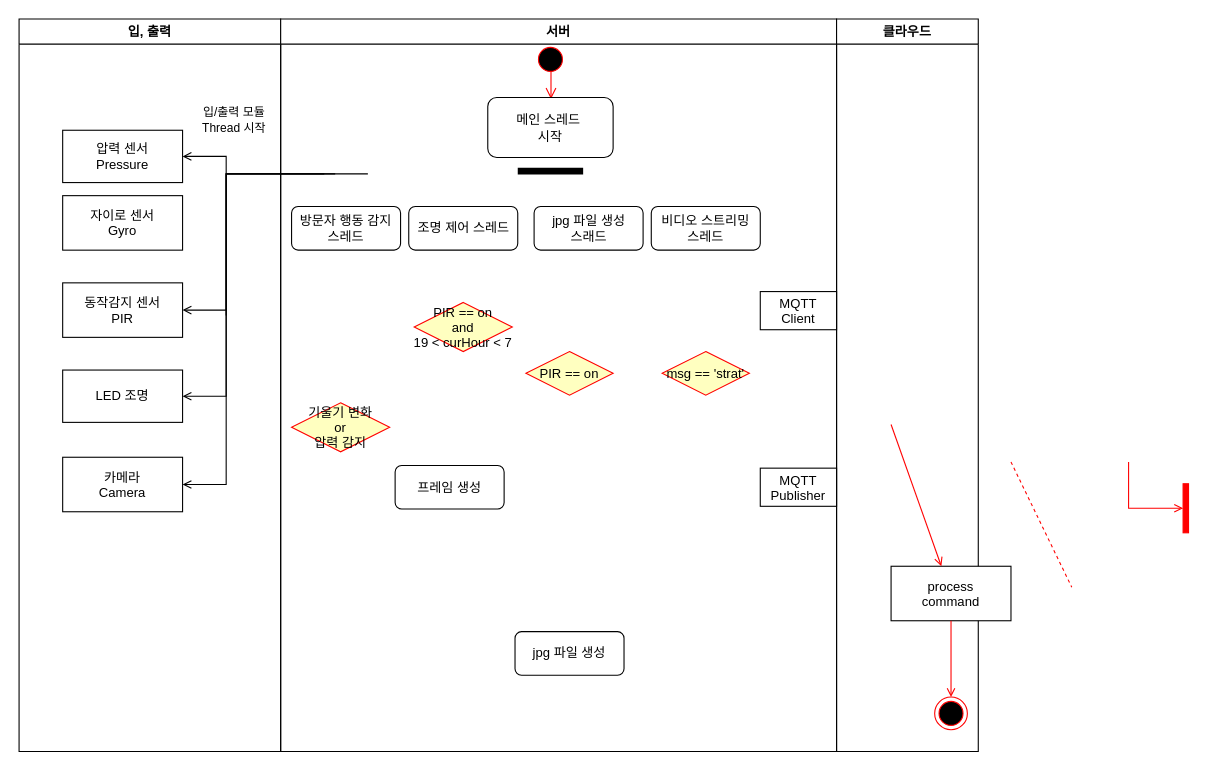
woorim1022/TIL keeps this draw.io diagram as IoT/Untitled Diagram.drawio. Above is the earlier version. Source tidied: cells renumbered, new cells numbered last; positions are measured from the earlier drawing's top-left corner, leaving out a move shared by most shapes. Both pictures are drawn from the tidied source at 109%, with x=0, y=0 at pixel (-90, 19).
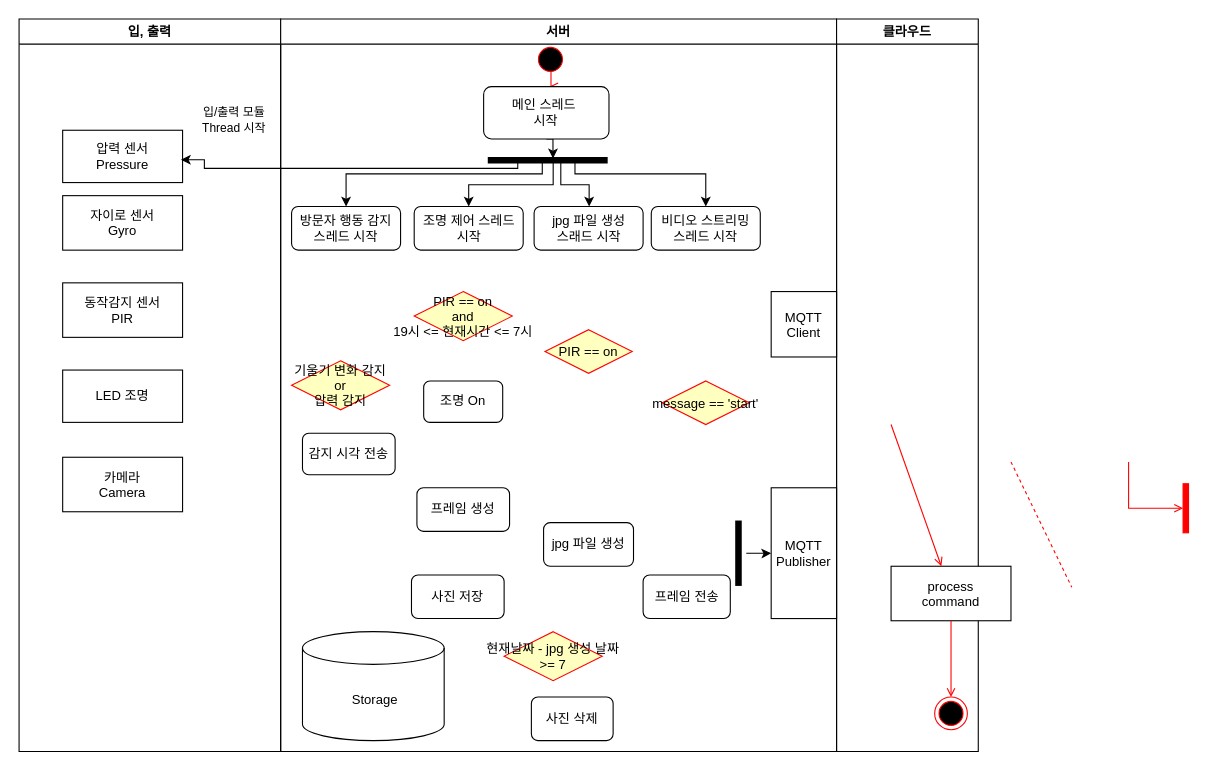
Above is the later version.

The change refers to these unchanged cells:
```xml
<mxCell id="3" value="카메라&#10;Camera" parent="2" vertex="1">
  <mxGeometry x="40" y="402" width="110" height="50" as="geometry" />
</mxCell>
<mxCell id="4" value="동작감지 센서&#10;PIR" parent="2" vertex="1">
  <mxGeometry x="40" y="242" width="110" height="50" as="geometry" />
</mxCell>
<mxCell id="6" value="압력 센서&lt;br&gt;Pressure" style="rounded=0;whiteSpace=wrap;html=1;" parent="2" vertex="1">
  <mxGeometry x="40" y="102" width="110" height="48" as="geometry" />
</mxCell>
<mxCell id="7" value="LED 조명" style="rounded=0;whiteSpace=wrap;html=1;" parent="2" vertex="1">
  <mxGeometry x="40" y="322" width="110" height="48" as="geometry" />
</mxCell>
<mxCell id="9" value="서버" style="swimlane;whiteSpace=wrap;startSize=23;" parent="1" vertex="1">
  <mxGeometry x="340" width="510" height="672" as="geometry" />
</mxCell>
```

What changed in the source:
```diff
@@
+    <mxCell id="38" style="edgeStyle=orthogonalEdgeStyle;rounded=0;jettySize=auto;html=1;exitX=0.5;exitY=1;exitDx=0;exitDy=0;entryX=0.544;entryY=0.389;entryDx=0;entryDy=0;entryPerimeter=0;startSize=23;strokeColor=#000000;" parent="9" edge="1" source="11" target="12">
+      <mxGeometry relative="1" as="geometry" />
+    </mxCell>
     <mxCell id="11" value="메인 스레드&amp;nbsp;&lt;br&gt;시작" style="rounded=1;whiteSpace=wrap;html=1;" parent="9" vertex="1">
-      <mxGeometry x="190" y="72" width="115" height="55" as="geometry" />
+      <mxGeometry x="186.2" y="62" width="115" height="48" as="geometry" />
     </mxCell>
+    <mxCell id="39" style="edgeStyle=orthogonalEdgeStyle;rounded=0;jettySize=auto;html=1;exitX=0.25;exitY=0.5;exitDx=0;exitDy=0;exitPerimeter=0;startSize=23;strokeColor=#000000;" parent="9" edge="1" source="12" target="17">
+      <mxGeometry relative="1" as="geometry">
+        <Array as="points">
+          <mxPoint x="240" y="130" />
+          <mxPoint x="240" y="142" />
+          <mxPoint x="60" y="142" />
+        </Array>
+      </mxGeometry>
+    </mxCell>
+    <mxCell id="40" style="edgeStyle=orthogonalEdgeStyle;rounded=0;jettySize=auto;html=1;exitX=0.25;exitY=0.5;exitDx=0;exitDy=0;exitPerimeter=0;entryX=0.5;entryY=0;entryDx=0;entryDy=0;startSize=23;strokeColor=#000000;" parent="9" edge="1" source="12" target="19">
+      <mxGeometry relative="1" as="geometry">
+        <Array as="points">
+          <mxPoint x="250" y="130" />
+          <mxPoint x="250" y="152" />
+          <mxPoint x="173" y="152" />
+        </Array>
+      </mxGeometry>
+    </mxCell>
+    <mxCell id="41" style="edgeStyle=orthogonalEdgeStyle;rounded=0;jettySize=auto;html=1;exitX=0.75;exitY=0.5;exitDx=0;exitDy=0;exitPerimeter=0;startSize=23;strokeColor=#000000;" parent="9" edge="1" source="12" target="18">
+      <mxGeometry relative="1" as="geometry">
+        <Array as="points">
+          <mxPoint x="257" y="152" />
+          <mxPoint x="283" y="152" />
+        </Array>
+      </mxGeometry>
+    </mxCell>
+    <mxCell id="42" style="edgeStyle=orthogonalEdgeStyle;rounded=0;jettySize=auto;html=1;exitX=0.75;exitY=0.5;exitDx=0;exitDy=0;exitPerimeter=0;entryX=0.5;entryY=0;entryDx=0;entryDy=0;startSize=23;strokeColor=#000000;" parent="9" edge="1" source="12" target="16">
+      <mxGeometry relative="1" as="geometry">
+        <Array as="points">
+          <mxPoint x="270" y="130" />
+          <mxPoint x="270" y="142" />
+          <mxPoint x="390" y="142" />
+        </Array>
+      </mxGeometry>
+    </mxCell>
     <mxCell id="12" style="shape=line;strokeWidth=6;strokeColor=#000000;rotation=0;fillColor=#FFFFFF;" parent="9" vertex="1">
-      <mxGeometry x="217.5" y="132" width="60" height="15" as="geometry" />
+      <mxGeometry x="190" y="122" width="110" height="15" as="geometry" />
     </mxCell>
@@
     <mxCell id="14" value="MQTT&#10;Client" parent="9" vertex="1">
-      <mxGeometry x="440" y="250" width="70" height="35" as="geometry" />
+      <mxGeometry x="450" y="250" width="60" height="60" as="geometry" />
     </mxCell>
-    <mxCell id="15" value="MQTT&#10;Publisher" parent="9" vertex="1">
-      <mxGeometry x="440" y="412" width="70" height="35" as="geometry" />
+    <mxCell id="15" value="MQTT&#10;Publisher" style="shadow=0;" parent="9" vertex="1">
+      <mxGeometry x="450" y="430" width="60" height="120" as="geometry" />
     </mxCell>
-    <mxCell id="16" value="비디오 스트리밍&lt;br style=&quot;padding: 0px ; margin: 0px&quot;&gt;스레드" style="rounded=1;whiteSpace=wrap;html=1;strokeColor=#000000;fillColor=#FFFFFF;" parent="9" vertex="1">
+    <mxCell id="16" value="비디오 스트리밍&lt;br style=&quot;padding: 0px ; margin: 0px&quot;&gt;스레드 시작" style="rounded=1;whiteSpace=wrap;html=1;strokeColor=#000000;fillColor=#FFFFFF;" parent="9" vertex="1">
       <mxGeometry x="340" y="172" width="100" height="40" as="geometry" />
     </mxCell>
-    <mxCell id="17" value="방문자 행동 감지&lt;br style=&quot;padding: 0px ; margin: 0px&quot;&gt;스레드" style="rounded=1;whiteSpace=wrap;html=1;strokeColor=#000000;fillColor=#FFFFFF;" parent="9" vertex="1">
+    <mxCell id="17" value="방문자 행동 감지&lt;br style=&quot;padding: 0px ; margin: 0px&quot;&gt;스레드 시작" style="rounded=1;whiteSpace=wrap;html=1;strokeColor=#000000;fillColor=#FFFFFF;" parent="9" vertex="1">
       <mxGeometry x="10" y="172" width="100" height="40" as="geometry" />
     </mxCell>
-    <mxCell id="18" value="jpg 파일 생성&lt;br style=&quot;padding: 0px ; margin: 0px&quot;&gt;스래드" style="rounded=1;whiteSpace=wrap;html=1;strokeColor=#000000;fillColor=#FFFFFF;" parent="9" vertex="1">
+    <mxCell id="18" value="jpg 파일 생성&lt;br style=&quot;padding: 0px ; margin: 0px&quot;&gt;스래드 시작" style="rounded=1;whiteSpace=wrap;html=1;strokeColor=#000000;fillColor=#FFFFFF;" parent="9" vertex="1">
       <mxGeometry x="232.5" y="172" width="100" height="40" as="geometry" />
     </mxCell>
-    <mxCell id="19" value="조명 제어 스레드" style="rounded=1;whiteSpace=wrap;html=1;strokeColor=#000000;fillColor=#FFFFFF;" parent="9" vertex="1">
-      <mxGeometry x="117.5" y="172" width="100" height="40" as="geometry" />
+    <mxCell id="19" value="조명 제어 스레드&lt;br&gt;시작" style="rounded=1;whiteSpace=wrap;html=1;strokeColor=#000000;fillColor=#FFFFFF;" parent="9" vertex="1">
+      <mxGeometry x="122.5" y="172" width="100" height="40" as="geometry" />
     </mxCell>
     <mxCell id="20" value="PIR == on" style="rhombus;fillColor=#ffffc0;strokeColor=#ff0000;" parent="9" vertex="1">
-      <mxGeometry x="225" y="305" width="80" height="40" as="geometry" />
+      <mxGeometry x="242.5" y="285" width="80" height="40" as="geometry" />
     </mxCell>
     <mxCell id="21" value="jpg 파일 생성" style="rounded=1;whiteSpace=wrap;html=1;strokeColor=#000000;fillColor=#FFFFFF;" parent="9" vertex="1">
-      <mxGeometry x="215" y="562" width="100" height="40" as="geometry" />
+      <mxGeometry x="241.2" y="462" width="82.5" height="40" as="geometry" />
     </mxCell>
-    <mxCell id="22" value="msg == 'strat'" style="rhombus;fillColor=#ffffc0;strokeColor=#ff0000;" parent="9" vertex="1">
-      <mxGeometry x="350" y="305" width="80" height="40" as="geometry" />
+    <mxCell id="22" value="message == 'start'" style="rhombus;fillColor=#ffffc0;strokeColor=#ff0000;" parent="9" vertex="1">
+      <mxGeometry x="350" y="332" width="80" height="40" as="geometry" />
     </mxCell>
     <mxCell id="23" value="프레임 생성" style="rounded=1;whiteSpace=wrap;html=1;strokeColor=#000000;fillColor=#FFFFFF;" parent="9" vertex="1">
-      <mxGeometry x="105" y="409.5" width="100" height="40" as="geometry" />
+      <mxGeometry x="125" y="430" width="85" height="40" as="geometry" />
     </mxCell>
-    <mxCell id="24" value="PIR == on&#10;and&#10;19 &lt; curHour &lt; 7" style="rhombus;fillColor=#ffffc0;strokeColor=#ff0000;" parent="9" vertex="1">
-      <mxGeometry x="122.5" y="260" width="90" height="45" as="geometry" />
+    <mxCell id="24" value="PIR == on&#10;and&#10;19시 &lt;= 현재시간 &lt;= 7시" style="rhombus;fillColor=#ffffc0;strokeColor=#ff0000;" parent="9" vertex="1">
+      <mxGeometry x="122.5" y="250" width="90" height="45" as="geometry" />
     </mxCell>
-    <mxCell id="25" value="기울기 변화&#10;or&#10;압력 감지" style="rhombus;fillColor=#ffffc0;strokeColor=#ff0000;" parent="9" vertex="1">
-      <mxGeometry x="10" y="352" width="90" height="45" as="geometry" />
+    <mxCell id="25" value="기울기 변화 감지&#10;or&#10;압력 감지" style="rhombus;fillColor=#ffffc0;strokeColor=#ff0000;" parent="9" vertex="1">
+      <mxGeometry x="10" y="313.5" width="90" height="45" as="geometry" />
     </mxCell>
+    <mxCell id="43" value="&amp;nbsp;Storage" style="shape=cylinder3;whiteSpace=wrap;html=1;boundedLbl=1;backgroundOutline=1;size=15;startSize=23;" parent="9" vertex="1">
+      <mxGeometry x="20" y="562" width="130" height="100" as="geometry" />
+    </mxCell>
+    <mxCell id="44" value="현재날짜 - jpg 생성 날짜&#10;&gt;= 7" style="rhombus;fillColor=#ffffc0;strokeColor=#ff0000;" parent="9" vertex="1">
+      <mxGeometry x="205" y="562" width="90" height="45" as="geometry" />
+    </mxCell>
+    <mxCell id="45" value="사진 삭제" style="rounded=1;whiteSpace=wrap;html=1;startSize=23;" parent="9" vertex="1">
+      <mxGeometry x="230" y="622" width="75" height="40" as="geometry" />
+    </mxCell>
+    <mxCell id="46" value="사진 저장" style="rounded=1;whiteSpace=wrap;html=1;startSize=23;" parent="9" vertex="1">
+      <mxGeometry x="120" y="510" width="85" height="40" as="geometry" />
+    </mxCell>
+    <mxCell id="47" value="감지 시각 전송" style="rounded=1;whiteSpace=wrap;html=1;startSize=23;" parent="9" vertex="1">
+      <mxGeometry x="20" y="380" width="85" height="38" as="geometry" />
+    </mxCell>
+    <mxCell id="48" value="조명 On" style="rounded=1;whiteSpace=wrap;html=1;startSize=23;" parent="9" vertex="1">
+      <mxGeometry x="131.2" y="332" width="72.5" height="38" as="geometry" />
+    </mxCell>
+    <mxCell id="49" value="프레임 전송" style="rounded=1;whiteSpace=wrap;html=1;strokeColor=#000000;fillColor=#FFFFFF;" parent="9" vertex="1">
+      <mxGeometry x="332.5" y="510" width="80" height="40" as="geometry" />
+    </mxCell>
+    <mxCell id="50" style="edgeStyle=orthogonalEdgeStyle;rounded=0;orthogonalLoop=1;jettySize=auto;html=1;exitX=0.5;exitY=1;exitDx=0;exitDy=0;startSize=23;strokeColor=#000000;" parent="9" edge="1" source="20" target="20">
+      <mxGeometry relative="1" as="geometry" />
+    </mxCell>
+    <mxCell id="51" style="shape=line;strokeWidth=6;strokeColor=#000000;rotation=90;fillColor=#FFFFFF;" parent="9" vertex="1">
+      <mxGeometry x="390" y="482.9" width="60" height="14.3" as="geometry" />
+    </mxCell>
+    <mxCell id="52" style="edgeStyle=orthogonalEdgeStyle;rounded=0;jettySize=auto;html=1;startSize=23;strokeColor=#000000;" parent="9" edge="1" source="51" target="15">
+      <mxGeometry relative="1" as="geometry" />
+    </mxCell>
+    <mxCell id="53" style="edgeStyle=orthogonalEdgeStyle;rounded=0;jettySize=auto;html=1;startSize=23;strokeColor=#000000;exitX=0.25;exitY=0.5;exitDx=0;exitDy=0;exitPerimeter=0;" parent="9" edge="1" source="12">
+      <mxGeometry relative="1" as="geometry">
+        <mxPoint x="-91.5" y="129" as="targetPoint" />
+        <Array as="points">
+          <mxPoint x="218" y="137" />
+          <mxPoint x="-70" y="137" />
+          <mxPoint x="-70" y="129" />
+        </Array>
+      </mxGeometry>
+    </mxCell>
@@
-    <mxCell id="31" style="edgeStyle=elbowEdgeStyle;elbow=horizontal;strokeColor=#000000;endArrow=open;endFill=1;rounded=0;entryX=1;entryY=0.5;entryDx=0;entryDy=0;" parent="1" edge="1" target="3">
-      <mxGeometry relative="1" as="geometry">
-        <mxPoint x="420" y="142" as="sourcePoint" />
-        <Array as="points">
-          <mxPoint x="290" y="166" />
-          <mxPoint x="290" y="182" />
-          <mxPoint x="290" y="152" />
-          <mxPoint x="380" y="182" />
-          <mxPoint x="290" y="162" />
-          <mxPoint x="104.5" y="250" />
-        </Array>
-      </mxGeometry>
-    </mxCell>
-    <mxCell id="32" style="edgeStyle=elbowEdgeStyle;elbow=horizontal;strokeColor=#000000;endArrow=open;endFill=1;rounded=0;entryX=1;entryY=0.5;entryDx=0;entryDy=0;" parent="1" edge="1" target="4">
-      <mxGeometry relative="1" as="geometry">
-        <mxPoint x="390" y="142" as="sourcePoint" />
-        <Array as="points">
-          <mxPoint x="290" y="222" />
-          <mxPoint x="100" y="357" />
-        </Array>
-      </mxGeometry>
-    </mxCell>
-    <mxCell id="33" style="edgeStyle=elbowEdgeStyle;elbow=horizontal;strokeColor=#000000;endArrow=open;endFill=1;rounded=0;" parent="1" edge="1" target="6">
-      <mxGeometry relative="1" as="geometry">
-        <mxPoint x="290" y="272" as="sourcePoint" />
-        <Array as="points">
-          <mxPoint x="290" y="352" />
-          <mxPoint x="10" y="447" />
-        </Array>
-      </mxGeometry>
-    </mxCell>
-    <mxCell id="34" style="edgeStyle=elbowEdgeStyle;elbow=horizontal;strokeColor=#000000;endArrow=open;endFill=1;rounded=0;entryX=1;entryY=0.5;entryDx=0;entryDy=0;" parent="1" edge="1" target="7">
-      <mxGeometry relative="1" as="geometry">
-        <mxPoint x="380" y="142" as="sourcePoint" />
-        <Array as="points">
-          <mxPoint x="290" y="302" />
-          <mxPoint x="350" y="182" />
-          <mxPoint x="290" y="352" />
-          <mxPoint y="487" />
-        </Array>
-      </mxGeometry>
-    </mxCell>
```
